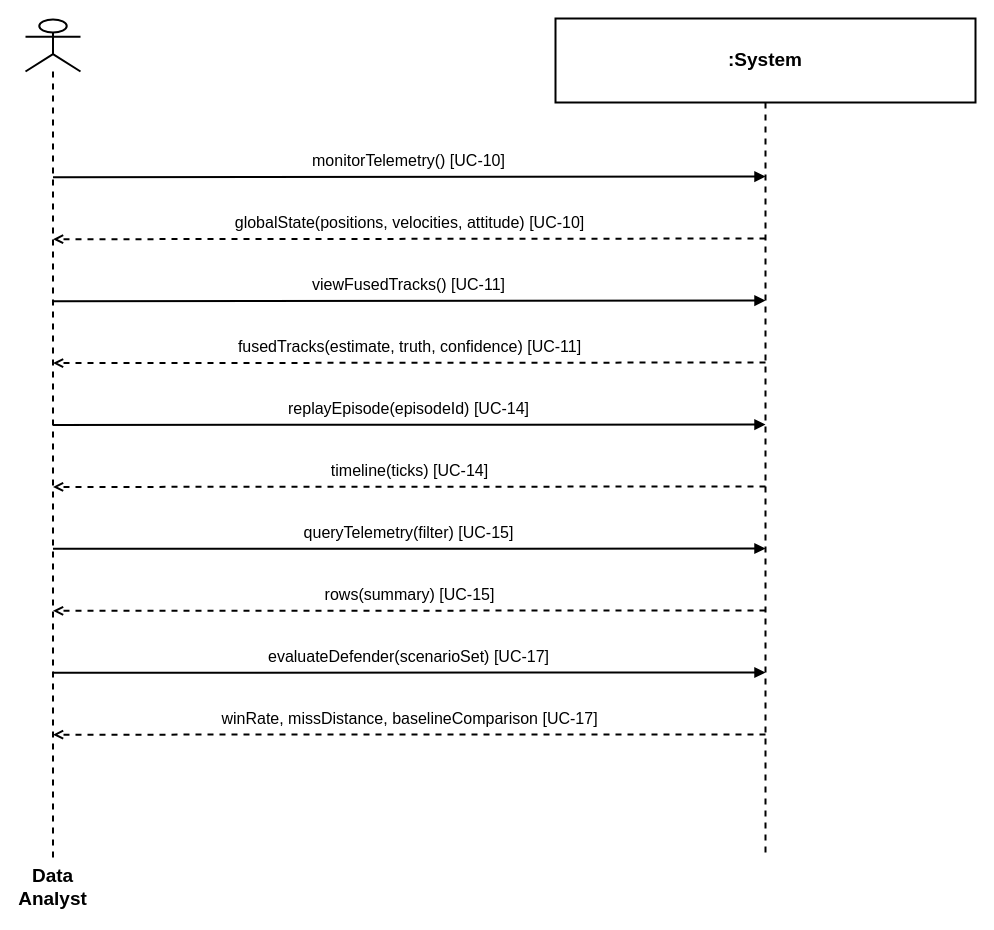
The draw.io diagram page "SSD: Data Analyst" (3 of 4) of 11_system_sequence_diagram.drawio in syedmohammad611/diagrams, before the edit. Source tidied: cells renumbered, new cells numbered last; positions are measured from the earlier drawing's top-left corner, leaving out a move shared by most shapes. Both pictures are drawn from the tidied source at 100%, with x=0, y=0 at pixel (25, 18).
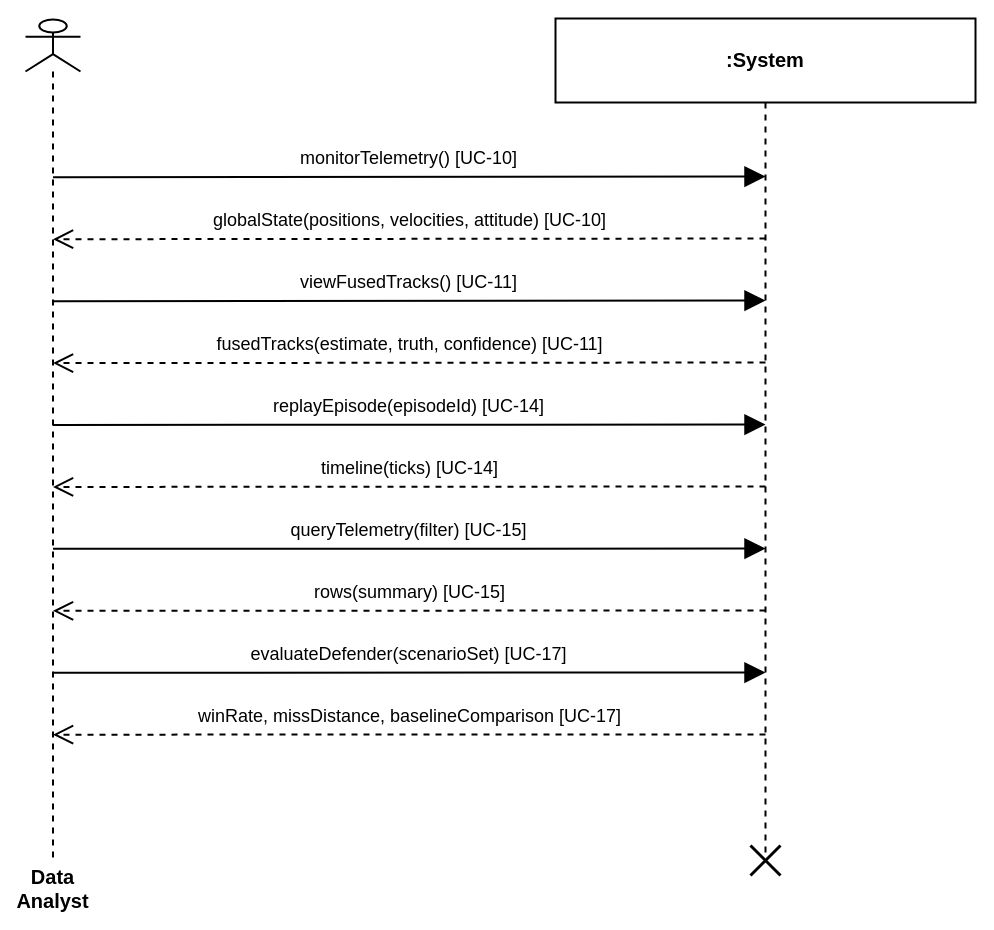
Above is the later version.

What changed in the source:
```diff
@@
 <mxGraphModel background="#ffffff">
   <root>
     <mxCell id="0" />
     <mxCell id="1" parent="0" />
-    <mxCell id="2" value="Data Analyst" style="shape=umlLifeline;perimeter=lifelinePerimeter;whiteSpace=wrap;html=1;outlineConnect=0;participant=umlActor;fillColor=none;strokeColor=#000000;fontColor=#000000;fontFamily=Helvetica;strokeWidth=2;fontSize=19;fontStyle=1;size=52;verticalLabelPosition=bottom;verticalAlign=top;" parent="1" vertex="1">
+    <mxCell id="2" value="Data Analyst" style="shape=umlLifeline;perimeter=lifelinePerimeter;whiteSpace=wrap;html=1;outlineConnect=0;participant=umlActor;fillColor=none;strokeColor=#000000;fontColor=#000000;fontFamily=Helvetica;strokeWidth=2;fontSize=20;fontStyle=1;size=52;verticalLabelPosition=bottom;verticalAlign=top;" parent="1" vertex="1">
       <mxGeometry y="1" width="55" height="839" as="geometry" />
     </mxCell>
-    <mxCell id="3" value=":System" style="shape=umlLifeline;perimeter=lifelinePerimeter;whiteSpace=wrap;html=1;outlineConnect=0;fillColor=none;strokeColor=#000000;fontColor=#000000;fontFamily=Helvetica;strokeWidth=2;fontSize=19;fontStyle=1;size=84;" parent="1" vertex="1">
+    <mxCell id="3" value="&lt;font style=&quot;font-size: 20px;&quot;&gt;:System&lt;/font&gt;" style="shape=umlLifeline;perimeter=lifelinePerimeter;whiteSpace=wrap;html=1;outlineConnect=0;fillColor=none;strokeColor=#000000;fontColor=#000000;fontFamily=Helvetica;strokeWidth=2;fontSize=18;fontStyle=1;size=84;" parent="1" vertex="1">
       <mxGeometry x="530" width="420" height="840" as="geometry" />
     </mxCell>
-    <mxCell id="4" value="monitorTelemetry()  [UC-10]" style="html=1;verticalAlign=bottom;endArrow=block;endFill=1;fillColor=none;strokeColor=#000000;fontColor=#000000;fontFamily=Helvetica;strokeWidth=2;fontSize=16;labelBackgroundColor=#FFFFFF;spacingBottom=4;exitX=0.5;exitY=0.188095;exitDx=0;exitDy=0;entryX=0.5;entryY=0.188095;entryDx=0;entryDy=0;" parent="1" edge="1" source="2" target="3">
+    <mxCell id="4" value="monitorTelemetry()  [UC-10]" style="html=1;verticalAlign=bottom;endArrow=block;endFill=1;fillColor=none;strokeColor=#000000;fontColor=#000000;fontFamily=Helvetica;strokeWidth=2;fontSize=18;labelBackgroundColor=#FFFFFF;spacingBottom=4;exitX=0.5;exitY=0.188095;exitDx=0;exitDy=0;entryX=0.5;entryY=0.188095;entryDx=0;entryDy=0;endSize=16;" parent="1" edge="1" source="2" target="3">
       <mxGeometry relative="1" as="geometry" />
     </mxCell>
-    <mxCell id="5" value="globalState(positions, velocities, attitude)  [UC-10]" style="html=1;verticalAlign=bottom;endArrow=open;endFill=0;dashed=1;fillColor=none;strokeColor=#000000;fontColor=#000000;fontFamily=Helvetica;strokeWidth=2;fontSize=16;labelBackgroundColor=#FFFFFF;spacingBottom=4;exitX=0.5;exitY=0.261905;exitDx=0;exitDy=0;entryX=0.5;entryY=0.261905;entryDx=0;entryDy=0;" parent="1" edge="1" source="3" target="2">
+    <mxCell id="5" value="globalState(positions, velocities, attitude)  [UC-10]" style="html=1;verticalAlign=bottom;endArrow=open;endFill=0;dashed=1;fillColor=none;strokeColor=#000000;fontColor=#000000;fontFamily=Helvetica;strokeWidth=2;fontSize=18;labelBackgroundColor=#FFFFFF;spacingBottom=4;exitX=0.5;exitY=0.261905;exitDx=0;exitDy=0;entryX=0.5;entryY=0.261905;entryDx=0;entryDy=0;endSize=16;" parent="1" edge="1" source="3" target="2">
       <mxGeometry relative="1" as="geometry" />
     </mxCell>
-    <mxCell id="6" value="viewFusedTracks()  [UC-11]" style="html=1;verticalAlign=bottom;endArrow=block;endFill=1;fillColor=none;strokeColor=#000000;fontColor=#000000;fontFamily=Helvetica;strokeWidth=2;fontSize=16;labelBackgroundColor=#FFFFFF;spacingBottom=4;exitX=0.5;exitY=0.335714;exitDx=0;exitDy=0;entryX=0.5;entryY=0.335714;entryDx=0;entryDy=0;" parent="1" edge="1" source="2" target="3">
+    <mxCell id="6" value="viewFusedTracks()  [UC-11]" style="html=1;verticalAlign=bottom;endArrow=block;endFill=1;fillColor=none;strokeColor=#000000;fontColor=#000000;fontFamily=Helvetica;strokeWidth=2;fontSize=18;labelBackgroundColor=#FFFFFF;spacingBottom=4;exitX=0.5;exitY=0.335714;exitDx=0;exitDy=0;entryX=0.5;entryY=0.335714;entryDx=0;entryDy=0;endSize=16;" parent="1" edge="1" source="2" target="3">
       <mxGeometry relative="1" as="geometry" />
     </mxCell>
-    <mxCell id="7" value="fusedTracks(estimate, truth, confidence)  [UC-11]" style="html=1;verticalAlign=bottom;endArrow=open;endFill=0;dashed=1;fillColor=none;strokeColor=#000000;fontColor=#000000;fontFamily=Helvetica;strokeWidth=2;fontSize=16;labelBackgroundColor=#FFFFFF;spacingBottom=4;exitX=0.5;exitY=0.409524;exitDx=0;exitDy=0;entryX=0.5;entryY=0.409524;entryDx=0;entryDy=0;" parent="1" edge="1" source="3" target="2">
+    <mxCell id="7" value="fusedTracks(estimate, truth, confidence)  [UC-11]" style="html=1;verticalAlign=bottom;endArrow=open;endFill=0;dashed=1;fillColor=none;strokeColor=#000000;fontColor=#000000;fontFamily=Helvetica;strokeWidth=2;fontSize=18;labelBackgroundColor=#FFFFFF;spacingBottom=4;exitX=0.5;exitY=0.409524;exitDx=0;exitDy=0;entryX=0.5;entryY=0.409524;entryDx=0;entryDy=0;endSize=16;" parent="1" edge="1" source="3" target="2">
       <mxGeometry relative="1" as="geometry" />
     </mxCell>
-    <mxCell id="8" value="replayEpisode(episodeId)  [UC-14]" style="html=1;verticalAlign=bottom;endArrow=block;endFill=1;fillColor=none;strokeColor=#000000;fontColor=#000000;fontFamily=Helvetica;strokeWidth=2;fontSize=16;labelBackgroundColor=#FFFFFF;spacingBottom=4;exitX=0.5;exitY=0.483333;exitDx=0;exitDy=0;entryX=0.5;entryY=0.483333;entryDx=0;entryDy=0;" parent="1" edge="1" source="2" target="3">
+    <mxCell id="8" value="replayEpisode(episodeId)  [UC-14]" style="html=1;verticalAlign=bottom;endArrow=block;endFill=1;fillColor=none;strokeColor=#000000;fontColor=#000000;fontFamily=Helvetica;strokeWidth=2;fontSize=18;labelBackgroundColor=#FFFFFF;spacingBottom=4;exitX=0.5;exitY=0.483333;exitDx=0;exitDy=0;entryX=0.5;entryY=0.483333;entryDx=0;entryDy=0;endSize=16;" parent="1" edge="1" source="2" target="3">
       <mxGeometry relative="1" as="geometry" />
     </mxCell>
-    <mxCell id="9" value="timeline(ticks)  [UC-14]" style="html=1;verticalAlign=bottom;endArrow=open;endFill=0;dashed=1;fillColor=none;strokeColor=#000000;fontColor=#000000;fontFamily=Helvetica;strokeWidth=2;fontSize=16;labelBackgroundColor=#FFFFFF;spacingBottom=4;exitX=0.5;exitY=0.557143;exitDx=0;exitDy=0;entryX=0.5;entryY=0.557143;entryDx=0;entryDy=0;" parent="1" edge="1" source="3" target="2">
+    <mxCell id="9" value="timeline(ticks)  [UC-14]" style="html=1;verticalAlign=bottom;endArrow=open;endFill=0;dashed=1;fillColor=none;strokeColor=#000000;fontColor=#000000;fontFamily=Helvetica;strokeWidth=2;fontSize=18;labelBackgroundColor=#FFFFFF;spacingBottom=4;exitX=0.5;exitY=0.557143;exitDx=0;exitDy=0;entryX=0.5;entryY=0.557143;entryDx=0;entryDy=0;endSize=16;" parent="1" edge="1" source="3" target="2">
       <mxGeometry relative="1" as="geometry" />
     </mxCell>
-    <mxCell id="10" value="queryTelemetry(filter)  [UC-15]" style="html=1;verticalAlign=bottom;endArrow=block;endFill=1;fillColor=none;strokeColor=#000000;fontColor=#000000;fontFamily=Helvetica;strokeWidth=2;fontSize=16;labelBackgroundColor=#FFFFFF;spacingBottom=4;exitX=0.5;exitY=0.630952;exitDx=0;exitDy=0;entryX=0.5;entryY=0.630952;entryDx=0;entryDy=0;" parent="1" edge="1" source="2" target="3">
+    <mxCell id="10" value="queryTelemetry(filter)  [UC-15]" style="html=1;verticalAlign=bottom;endArrow=block;endFill=1;fillColor=none;strokeColor=#000000;fontColor=#000000;fontFamily=Helvetica;strokeWidth=2;fontSize=18;labelBackgroundColor=#FFFFFF;spacingBottom=4;exitX=0.5;exitY=0.630952;exitDx=0;exitDy=0;entryX=0.5;entryY=0.630952;entryDx=0;entryDy=0;endSize=16;" parent="1" edge="1" source="2" target="3">
       <mxGeometry relative="1" as="geometry" />
     </mxCell>
-    <mxCell id="11" value="rows(summary)  [UC-15]" style="html=1;verticalAlign=bottom;endArrow=open;endFill=0;dashed=1;fillColor=none;strokeColor=#000000;fontColor=#000000;fontFamily=Helvetica;strokeWidth=2;fontSize=16;labelBackgroundColor=#FFFFFF;spacingBottom=4;exitX=0.5;exitY=0.704762;exitDx=0;exitDy=0;entryX=0.5;entryY=0.704762;entryDx=0;entryDy=0;" parent="1" edge="1" source="3" target="2">
+    <mxCell id="11" value="rows(summary)  [UC-15]" style="html=1;verticalAlign=bottom;endArrow=open;endFill=0;dashed=1;fillColor=none;strokeColor=#000000;fontColor=#000000;fontFamily=Helvetica;strokeWidth=2;fontSize=18;labelBackgroundColor=#FFFFFF;spacingBottom=4;exitX=0.5;exitY=0.704762;exitDx=0;exitDy=0;entryX=0.5;entryY=0.704762;entryDx=0;entryDy=0;endSize=16;" parent="1" edge="1" source="3" target="2">
       <mxGeometry relative="1" as="geometry" />
     </mxCell>
-    <mxCell id="12" value="evaluateDefender(scenarioSet)  [UC-17]" style="html=1;verticalAlign=bottom;endArrow=block;endFill=1;fillColor=none;strokeColor=#000000;fontColor=#000000;fontFamily=Helvetica;strokeWidth=2;fontSize=16;labelBackgroundColor=#FFFFFF;spacingBottom=4;exitX=0.5;exitY=0.778571;exitDx=0;exitDy=0;entryX=0.5;entryY=0.778571;entryDx=0;entryDy=0;" parent="1" edge="1" source="2" target="3">
+    <mxCell id="12" value="evaluateDefender(scenarioSet)  [UC-17]" style="html=1;verticalAlign=bottom;endArrow=block;endFill=1;fillColor=none;strokeColor=#000000;fontColor=#000000;fontFamily=Helvetica;strokeWidth=2;fontSize=18;labelBackgroundColor=#FFFFFF;spacingBottom=4;exitX=0.5;exitY=0.778571;exitDx=0;exitDy=0;entryX=0.5;entryY=0.778571;entryDx=0;entryDy=0;endSize=16;" parent="1" edge="1" source="2" target="3">
       <mxGeometry relative="1" as="geometry" />
     </mxCell>
-    <mxCell id="13" value="winRate, missDistance, baselineComparison  [UC-17]" style="html=1;verticalAlign=bottom;endArrow=open;endFill=0;dashed=1;fillColor=none;strokeColor=#000000;fontColor=#000000;fontFamily=Helvetica;strokeWidth=2;fontSize=16;labelBackgroundColor=#FFFFFF;spacingBottom=4;exitX=0.5;exitY=0.852381;exitDx=0;exitDy=0;entryX=0.5;entryY=0.852381;entryDx=0;entryDy=0;" parent="1" edge="1" source="3" target="2">
+    <mxCell id="13" value="winRate, missDistance, baselineComparison  [UC-17]" style="html=1;verticalAlign=bottom;endArrow=open;endFill=0;dashed=1;fillColor=none;strokeColor=#000000;fontColor=#000000;fontFamily=Helvetica;strokeWidth=2;fontSize=18;labelBackgroundColor=#FFFFFF;spacingBottom=4;exitX=0.5;exitY=0.852381;exitDx=0;exitDy=0;entryX=0.5;entryY=0.852381;entryDx=0;entryDy=0;endSize=16;" parent="1" edge="1" source="3" target="2">
       <mxGeometry relative="1" as="geometry" />
     </mxCell>
+    <mxCell id="14" style="shape=umlDestroy;whiteSpace=wrap;html=1;strokeWidth=3;targetShapes=umlLifeline;" parent="1" vertex="1">
+      <mxGeometry x="725" y="827" width="30" height="30" as="geometry" />
+    </mxCell>
   </root>
 </mxGraphModel>
```
